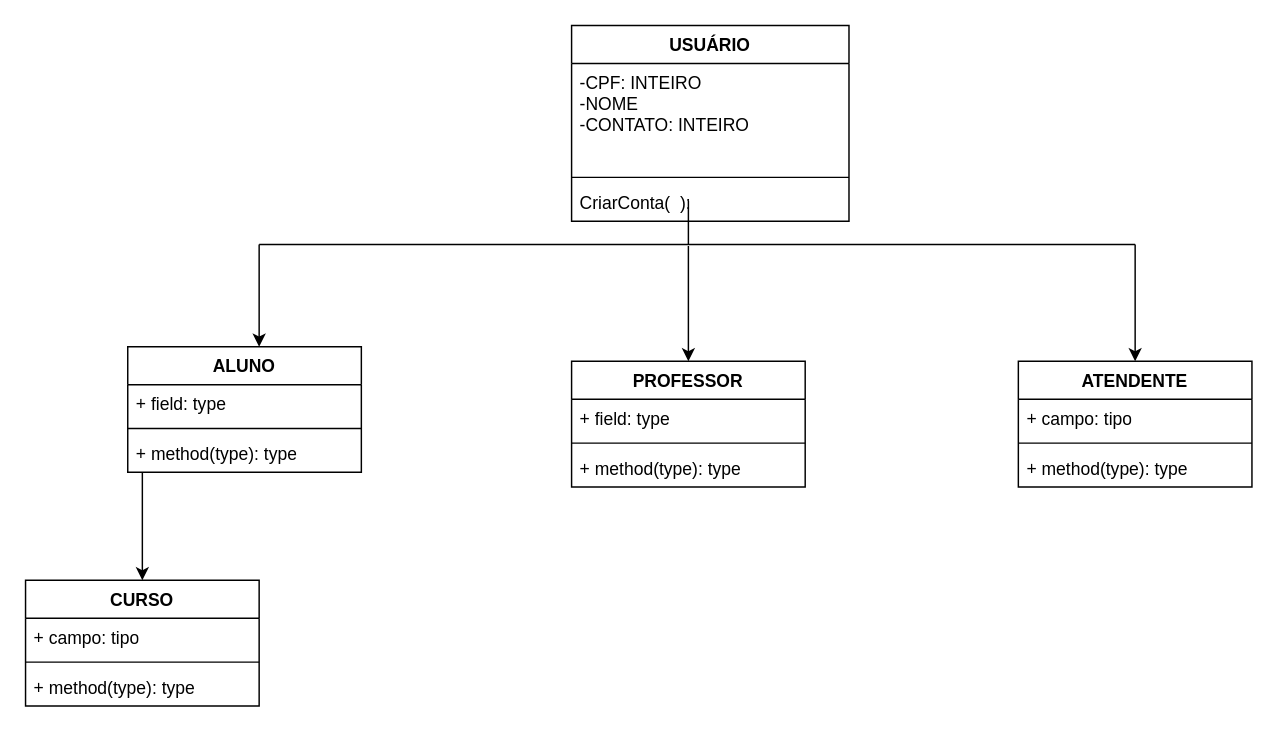
This is page "Página-3" (3 of 4) of Diagrama sem nome.drawio from HUGOLEONARDOPE/diagramasderequisito, a draw.io file, before an edit. Source tidied: cells renumbered, new cells numbered last; positions are measured from the earlier drawing's top-left corner, leaving out a move shared by most shapes. Both pictures are drawn from the tidied source at 146%, with x=0, y=0 at pixel (25, 25).
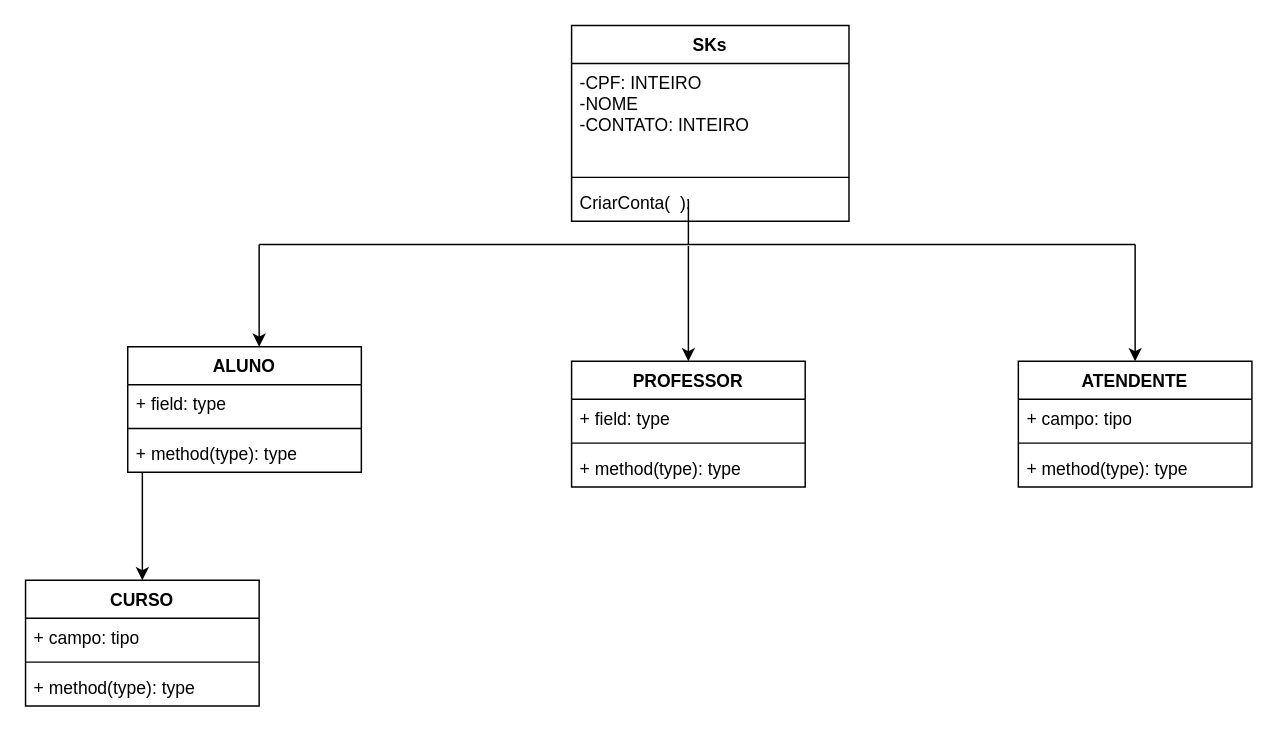
The same diagram, later.

What changed in the source:
```diff
@@
-    <mxCell id="11" value="USUÁRIO" style="swimlane;fontStyle=1;align=center;verticalAlign=top;horizontal=1;startSize=26;whiteSpace=wrap;html=1;" parent="1" vertex="1">
+    <mxCell id="11" value="SKs" style="swimlane;fontStyle=1;align=center;verticalAlign=top;horizontal=1;startSize=26;whiteSpace=wrap;html=1;" parent="1" vertex="1">
       <mxGeometry x="374" width="190" height="134" as="geometry" />
     </mxCell>
```
